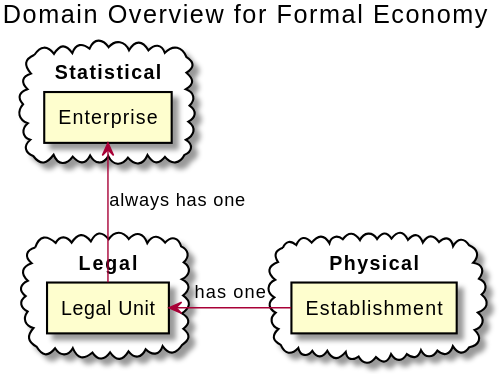
statisticsnorway/statbus keeps this PlantUML diagram as doc/diagrams/domains-formal.svg. Above is the earlier version. Its diagram source:
```plantuml
@startuml

title Domain Overview for Formal Economy

cloud "Statistical" {
  rectangle "Enterprise" AS EN
}

cloud "Legal" {
  rectangle "Legal Unit" AS LU
}

cloud "Physical" {
  rectangle "Establishment" AS ES
}

LU -up-> EN : always has one
ES -left-> LU : has one
@enduml
```
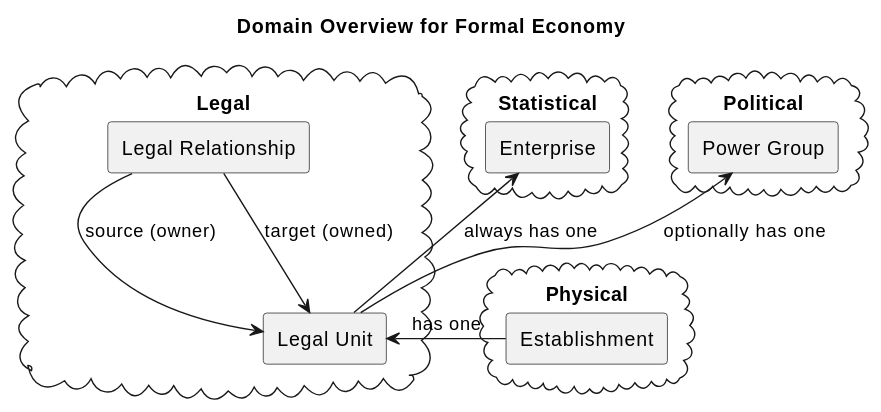
Above is the later version.

Change to the diagram source:
```diff
@@ -1,13 +1,17 @@
 @startuml
-
 title Domain Overview for Formal Economy
 
 cloud "Statistical" {
   rectangle "Enterprise" AS EN
 }
 
+cloud "Political" {
+  rectangle "Power Group" AS PG
+}
+
 cloud "Legal" {
   rectangle "Legal Unit" AS LU
+  rectangle "Legal Relationship" AS LR
 }
 
 cloud "Physical" {
@@ -15,5 +19,8 @@
 }
 
 LU -up-> EN : always has one
+LU -up-> PG : optionally has one
+LR -down-> LU : source (owner)
+LR -down-> LU : target (owned)
 ES -left-> LU : has one
 @enduml
```
